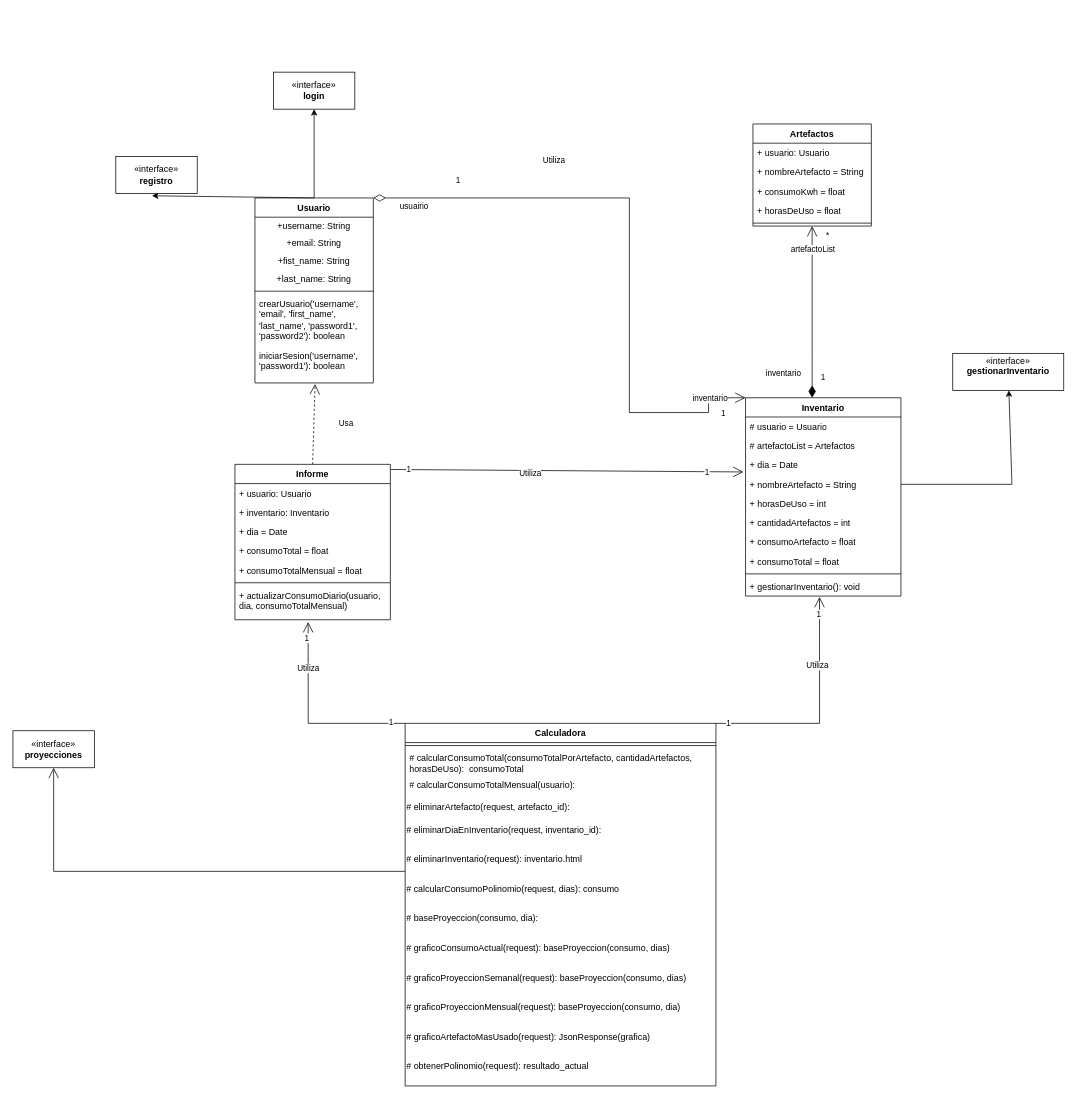
Earlier version of the draw.io diagram consumoEnergia.drawio (SantiagoTamayo2002/UML). Source tidied: cells renumbered, new cells numbered last; positions are measured from the earlier drawing's top-left corner, leaving out a move shared by most shapes. Both pictures are drawn from the tidied source at 74%, with x=0, y=0 at pixel (13, 72).
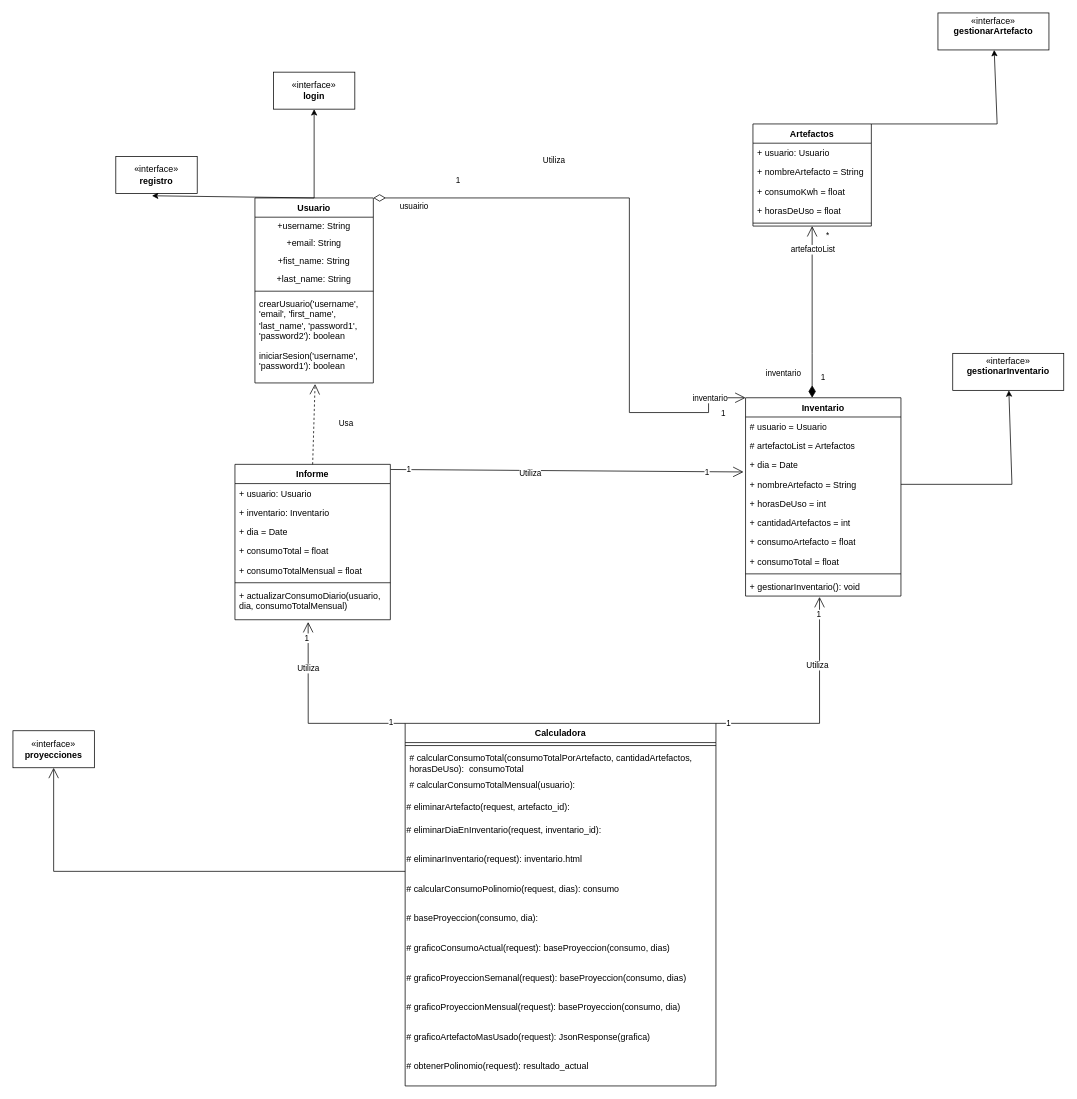
The same diagram, later.

The change refers to these unchanged cells:
```xml
<mxCell id="54" value="Artefactos" style="swimlane;fontStyle=1;align=center;verticalAlign=top;horizontal=1;startSize=26;whiteSpace=wrap;html=1;" parent="1" vertex="1">
  <mxGeometry x="1000" y="70" width="160" height="138" as="geometry" />
</mxCell>
```

Diff of the diagram source:
```diff
@@
+    <mxCell id="79" value="«interface»&lt;br&gt;&lt;b&gt;gestionarArtefacto&lt;br&gt;&lt;br&gt;&lt;/b&gt;" style="html=1;whiteSpace=wrap;" parent="1" vertex="1">
+      <mxGeometry x="1250" y="-80" width="150" height="50" as="geometry" />
+    </mxCell>
+    <mxCell id="80" style="endArrow=classic;html=1;rounded=0;exitX=1;exitY=0;exitDx=0;exitDy=0;" parent="1" edge="1" source="54" target="79">
+      <mxGeometry relative="1" as="geometry">
+        <Array as="points">
+          <mxPoint x="1330" y="70" />
+        </Array>
+      </mxGeometry>
+    </mxCell>
```
